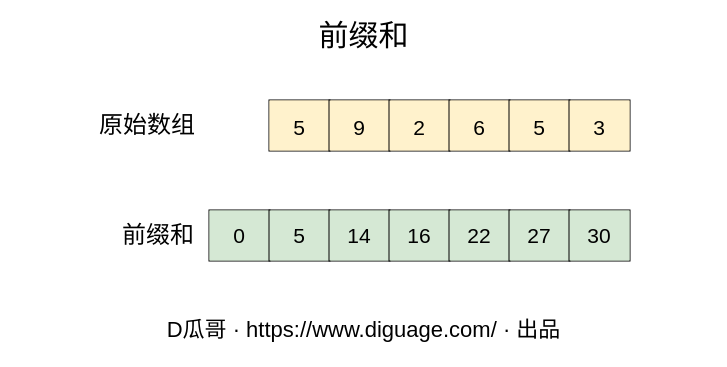
diguage/www.diguage.com keeps this draw.io diagram as page "前缀和" (5 of 9) of static/diagrams/data-structures.drawio. Above is the earlier version. Source tidied: cells renumbered, new cells numbered last; positions are measured from the earlier drawing's top-left corner, leaving out a move shared by most shapes. Both pictures are drawn from the tidied source at 100%, with x=0, y=0 at pixel (17, 20).
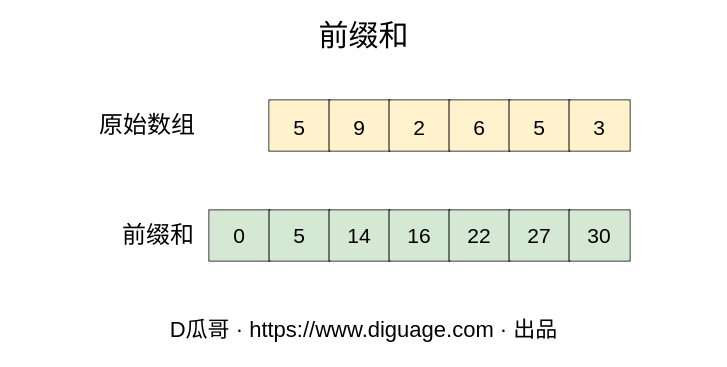
After the change.

The edit, as a diff of the source:
```diff
@@
-    <mxCell id="22" value="D瓜哥 · https://www.diguage.com/ · 出品" style="text;html=1;strokeColor=none;fillColor=none;align=center;verticalAlign=middle;whiteSpace=wrap;rounded=0;fontFamily=JetBrains Mono;fontSize=22;" parent="1" vertex="1">
+    <mxCell id="22" value="D瓜哥 · https://www.diguage.com · 出品" style="text;html=1;strokeColor=none;fillColor=none;align=center;verticalAlign=middle;whiteSpace=wrap;rounded=0;fontFamily=JetBrains Mono;fontSize=22;" parent="1" vertex="1">
       <mxGeometry y="290" width="693" height="40" as="geometry" />
     </mxCell>
```
